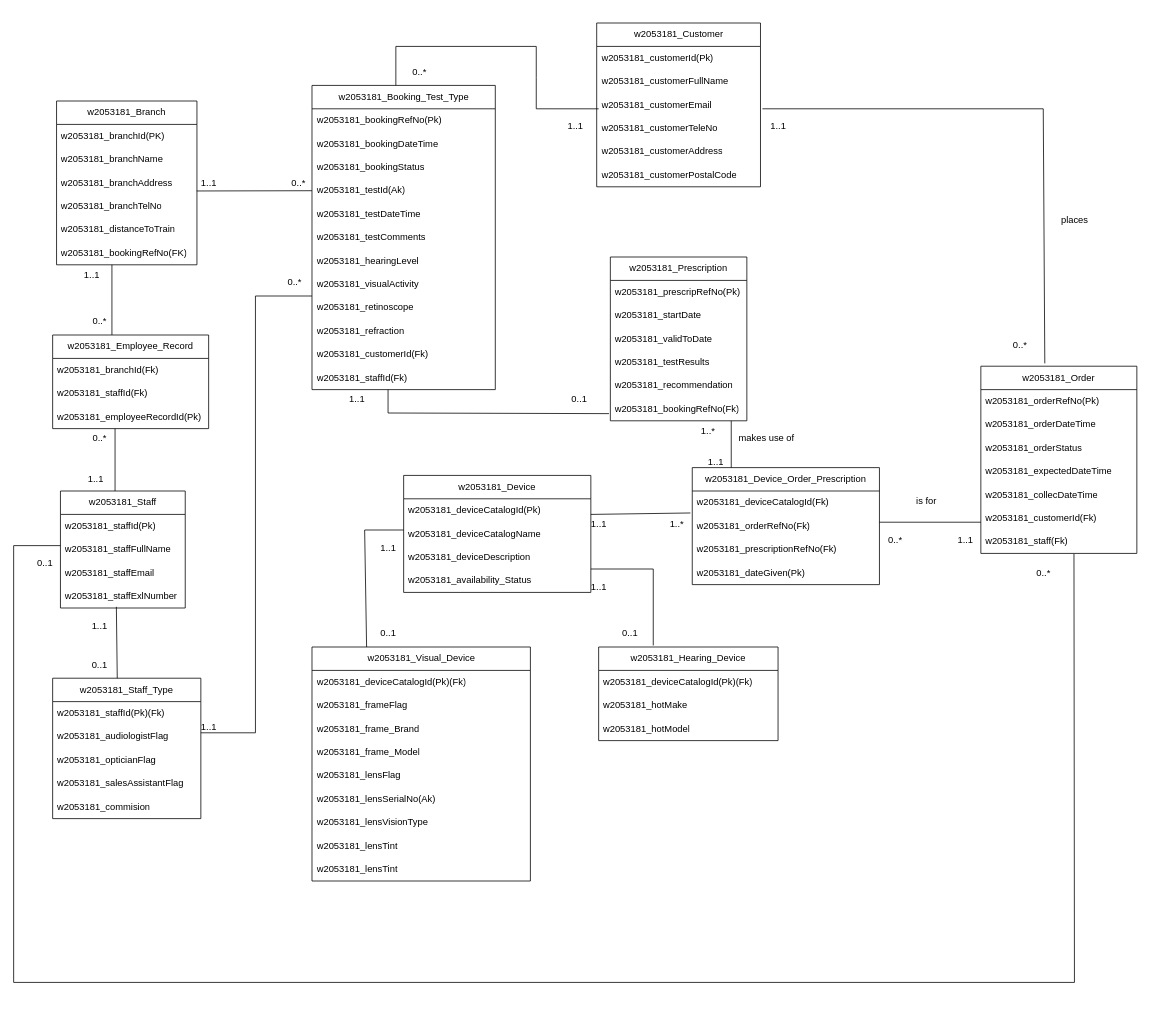
The draw.io diagram cw partb.drawio in ShenalSen/24_5COSC020_CWK, before the edit. Source tidied: cells renumbered, new cells numbered last; positions are measured from the earlier drawing's top-left corner, leaving out a move shared by most shapes. Both pictures are drawn from the tidied source at 78%, with x=0, y=0 at pixel (13, 23).
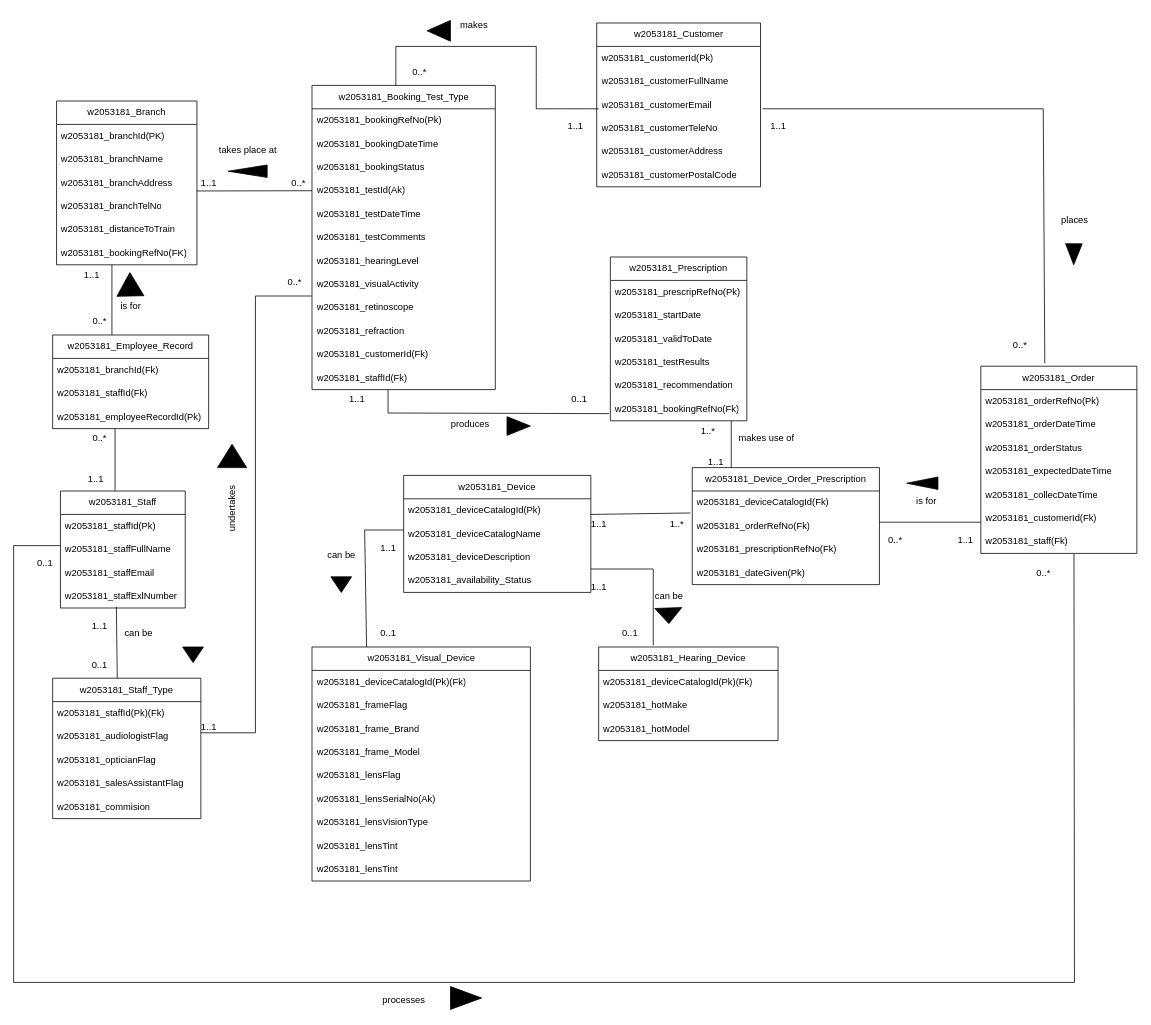
The same page after the edit.

Diff of the diagram source:
```diff
@@
+    <mxCell id="140" style="shape=mxgraph.arrows2.wedgeArrow;html=1;startWidth=10.666666666666668;fillColor=strokeColor;defaultFillColor=invert;defaultGradientColor=invert;rounded=0;" parent="1" edge="1">
+      <mxGeometry relative="1" as="geometry">
+        <mxPoint x="1359.3" y="283" as="sourcePoint" />
+        <mxPoint x="1359" y="310" as="targetPoint" />
+      </mxGeometry>
+    </mxCell>
+    <mxCell id="141" style="shape=mxgraph.arrows2.wedgeArrow;html=1;startWidth=8;fillColor=strokeColor;defaultFillColor=invert;defaultGradientColor=invert;rounded=0;" parent="1" edge="1">
+      <mxGeometry relative="1" as="geometry">
+        <mxPoint x="1185" y="590" as="sourcePoint" />
+        <mxPoint x="1145" y="590" as="targetPoint" />
+      </mxGeometry>
+    </mxCell>
+    <mxCell id="142" value="can be" style="text;html=1;align=center;verticalAlign=middle;strokeColor=none;fillColor=none;" parent="1" vertex="1">
+      <mxGeometry x="810" y="720" width="60" height="30" as="geometry" />
+    </mxCell>
+    <mxCell id="143" value="can be" style="text;html=1;align=center;verticalAlign=middle;strokeColor=none;fillColor=none;" parent="1" vertex="1">
+      <mxGeometry x="390" y="668" width="60" height="30" as="geometry" />
+    </mxCell>
+    <mxCell id="144" style="shape=mxgraph.arrows2.wedgeArrow;html=1;startWidth=13.333333333333336;fillColor=strokeColor;defaultFillColor=invert;defaultGradientColor=invert;rounded=0;" parent="1" edge="1">
+      <mxGeometry relative="1" as="geometry">
+        <mxPoint x="420" y="710" as="sourcePoint" />
+        <mxPoint x="420" y="730" as="targetPoint" />
+      </mxGeometry>
+    </mxCell>
+    <mxCell id="145" style="shape=mxgraph.arrows2.wedgeArrow;html=1;startWidth=17.333333333333336;fillColor=strokeColor;defaultFillColor=invert;defaultGradientColor=invert;rounded=0;" parent="1" edge="1">
+      <mxGeometry relative="1" as="geometry">
+        <mxPoint x="839.3" y="750" as="sourcePoint" />
+        <mxPoint x="840" y="770" as="targetPoint" />
+      </mxGeometry>
+    </mxCell>
+    <mxCell id="146" value="makes" style="text;html=1;align=center;verticalAlign=middle;strokeColor=none;fillColor=none;" parent="1" vertex="1">
+      <mxGeometry x="560" y="-12" width="60" height="30" as="geometry" />
+    </mxCell>
+    <mxCell id="147" style="shape=mxgraph.arrows2.wedgeArrow;html=1;startWidth=13.333333333333336;fillColor=strokeColor;defaultFillColor=invert;defaultGradientColor=invert;rounded=0;" parent="1" edge="1">
+      <mxGeometry relative="1" as="geometry">
+        <mxPoint x="560" y="10" as="sourcePoint" />
+        <mxPoint x="530" y="10" as="targetPoint" />
+      </mxGeometry>
+    </mxCell>
+    <mxCell id="148" style="shape=mxgraph.arrows2.wedgeArrow;html=1;startWidth=12;fillColor=strokeColor;defaultFillColor=invert;defaultGradientColor=invert;rounded=0;" parent="1" edge="1">
+      <mxGeometry relative="1" as="geometry">
+        <mxPoint x="632.5" y="516.7" as="sourcePoint" />
+        <mxPoint x="662.5" y="516.7" as="targetPoint" />
+      </mxGeometry>
+    </mxCell>
+    <mxCell id="149" value="produces" style="text;html=1;align=center;verticalAlign=middle;strokeColor=none;fillColor=none;" parent="1" vertex="1">
+      <mxGeometry x="550" y="500" width="70" height="30" as="geometry" />
+    </mxCell>
+    <mxCell id="150" style="shape=mxgraph.arrows2.wedgeArrow;html=1;startWidth=14.666666666666664;fillColor=strokeColor;defaultFillColor=invert;defaultGradientColor=invert;rounded=0;" parent="1" edge="1">
+      <mxGeometry relative="1" as="geometry">
+        <mxPoint x="560" y="1250" as="sourcePoint" />
+        <mxPoint x="600" y="1250" as="targetPoint" />
+      </mxGeometry>
+    </mxCell>
+    <mxCell id="151" value="processes" style="text;html=1;align=center;verticalAlign=middle;strokeColor=none;fillColor=none;" parent="1" vertex="1">
+      <mxGeometry x="460" y="1238" width="80" height="30" as="geometry" />
+    </mxCell>
+    <mxCell id="152" value="takes place at" style="text;html=1;align=center;verticalAlign=middle;strokeColor=none;fillColor=none;" parent="1" vertex="1">
+      <mxGeometry x="250" y="148" width="100" height="30" as="geometry" />
+    </mxCell>
+    <mxCell id="153" style="shape=mxgraph.arrows2.wedgeArrow;html=1;startWidth=8;fillColor=strokeColor;defaultFillColor=invert;defaultGradientColor=invert;rounded=0;" parent="1" edge="1">
+      <mxGeometry relative="1" as="geometry">
+        <mxPoint x="325" y="190" as="sourcePoint" />
+        <mxPoint x="275" y="190" as="targetPoint" />
+      </mxGeometry>
+    </mxCell>
+    <mxCell id="154" value="is for" style="text;html=1;align=center;verticalAlign=middle;strokeColor=none;fillColor=none;" parent="1" vertex="1">
+      <mxGeometry x="125" y="348" width="50" height="30" as="geometry" />
+    </mxCell>
+    <mxCell id="155" style="shape=mxgraph.arrows2.wedgeArrow;html=1;startWidth=17.333333333333336;fillColor=strokeColor;defaultFillColor=invert;defaultGradientColor=invert;rounded=0;" parent="1" edge="1">
+      <mxGeometry relative="1" as="geometry">
+        <mxPoint x="149.7" y="350" as="sourcePoint" />
+        <mxPoint x="149" y="320" as="targetPoint" />
+      </mxGeometry>
+    </mxCell>
+    <mxCell id="156" value="can be" style="text;html=1;align=center;verticalAlign=middle;strokeColor=none;fillColor=none;" parent="1" vertex="1">
+      <mxGeometry x="130" y="768" width="60" height="30" as="geometry" />
+    </mxCell>
+    <mxCell id="157" style="shape=mxgraph.arrows2.wedgeArrow;html=1;startWidth=13.333333333333336;fillColor=strokeColor;defaultFillColor=invert;defaultGradientColor=invert;rounded=0;" parent="1" edge="1">
+      <mxGeometry relative="1" as="geometry">
+        <mxPoint x="230" y="800" as="sourcePoint" />
+        <mxPoint x="230" y="820" as="targetPoint" />
+      </mxGeometry>
+    </mxCell>
+    <mxCell id="158" value="undertakes" style="text;html=1;align=center;verticalAlign=middle;strokeColor=none;fillColor=none;rotation=270;" parent="1" vertex="1">
+      <mxGeometry x="240" y="608" width="80" height="30" as="geometry" />
+    </mxCell>
+    <mxCell id="159" style="shape=mxgraph.arrows2.wedgeArrow;html=1;startWidth=18.666666666666664;fillColor=strokeColor;defaultFillColor=invert;defaultGradientColor=invert;rounded=0;" parent="1" edge="1">
+      <mxGeometry relative="1" as="geometry">
+        <mxPoint x="280" y="570" as="sourcePoint" />
+        <mxPoint x="280" y="540" as="targetPoint" />
+      </mxGeometry>
+    </mxCell>
```
